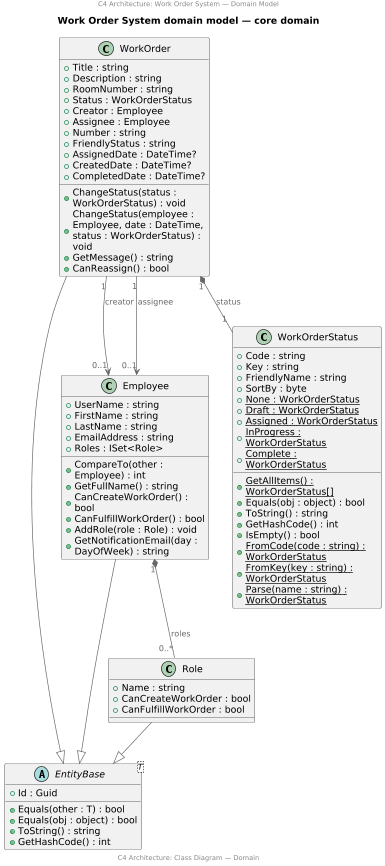
Earlier version of the PlantUML export arch/arch-class-domain-model-domain.png (ClearMeasureLabs/bootcamp-palermo-workorders). Its diagram source:
```plantuml
@startuml

scale 2/3
center header
    C4 Architecture: Work Order System — Domain Model
endheader

!includeurl https://raw.githubusercontent.com/RicardoNiepel/C4-PlantUML/release/1-0/C4_Component.puml

title Work Order System domain model — core domain

abstract class EntityBase<T> {
  +Id : Guid
  +Equals(other : T) : bool
  +Equals(obj : object) : bool
  +ToString() : string
  +GetHashCode() : int
}

class WorkOrder {
  +Title : string
  +Description : string
  +RoomNumber : string
  +Status : WorkOrderStatus
  +Creator : Employee
  +Assignee : Employee
  +Number : string
  +FriendlyStatus : string
  +AssignedDate : DateTime?
  +CreatedDate : DateTime?
  +CompletedDate : DateTime?
  +ChangeStatus(status : WorkOrderStatus) : void
  +ChangeStatus(employee : Employee, date : DateTime, status : WorkOrderStatus) : void
  +GetMessage() : string
  +CanReassign() : bool
}

class Employee {
  +UserName : string
  +FirstName : string
  +LastName : string
  +EmailAddress : string
  +Roles : ISet<Role>
  +CompareTo(other : Employee) : int
  +GetFullName() : string
  +CanCreateWorkOrder() : bool
  +CanFulfillWorkOrder() : bool
  +AddRole(role : Role) : void
  +GetNotificationEmail(day : DayOfWeek) : string
}

class WorkOrderStatus {
  +Code : string
  +Key : string
  +FriendlyName : string
  +SortBy : byte
  {static} +None : WorkOrderStatus
  {static} +Draft : WorkOrderStatus
  {static} +Assigned : WorkOrderStatus
  {static} +InProgress : WorkOrderStatus
  {static} +Complete : WorkOrderStatus
  {static} +GetAllItems() : WorkOrderStatus[]
  +Equals(obj : object) : bool
  +ToString() : string
  +GetHashCode() : int
  +IsEmpty() : bool
  {static} +FromCode(code : string) : WorkOrderStatus
  {static} +FromKey(key : string) : WorkOrderStatus
  {static} +Parse(name : string) : WorkOrderStatus
}

class Role {
  +Name : string
  +CanCreateWorkOrder : bool
  +CanFulfillWorkOrder : bool
}

WorkOrder --|> EntityBase
Employee --|> EntityBase
Role --|> EntityBase

WorkOrder "1" *-- "1" WorkOrderStatus : status
WorkOrder "1" --> "0..1" Employee : creator
WorkOrder "1" --> "0..1" Employee : assignee
Employee "1" *-- "0..*" Role : roles

center footer
    C4 Architecture: Class Diagram — Domain
endfooter
@enduml
```
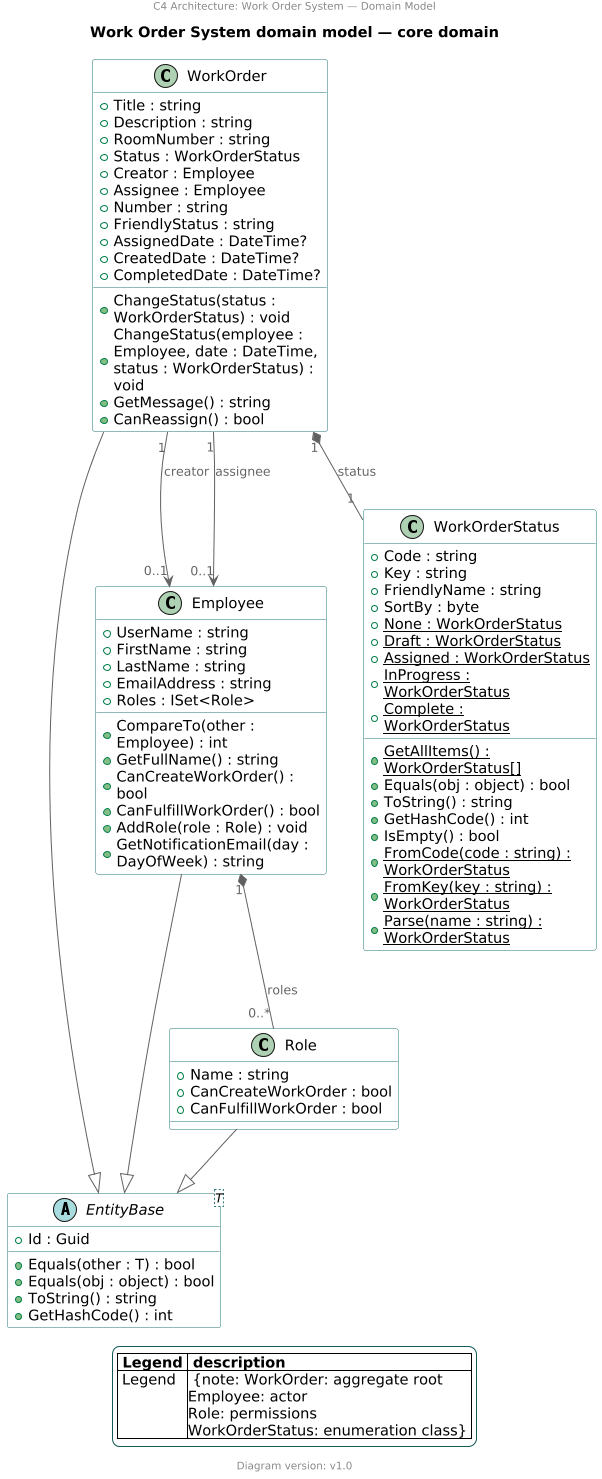
After the change.

Change to the diagram source:
```diff
@@ -1,4 +1,5 @@
 @startuml
+!includeurl https://raw.githubusercontent.com/ClearMeasureLabs/bootcamp-palermo-workorders/docs/architecture-enhancements/arch/templates/plantuml-theme.puml
 
 scale 2/3
 center header
@@ -84,7 +85,6 @@
 WorkOrder "1" --> "0..1" Employee : assignee
 Employee "1" *-- "0..*" Role : roles
 
-center footer
-    C4 Architecture: Class Diagram — Domain
-endfooter
+LEGEND("Legend","WorkOrder: aggregate root\nEmployee: actor\nRole: permissions\nWorkOrderStatus: enumeration class")
+FOOTER()
 @enduml
```
